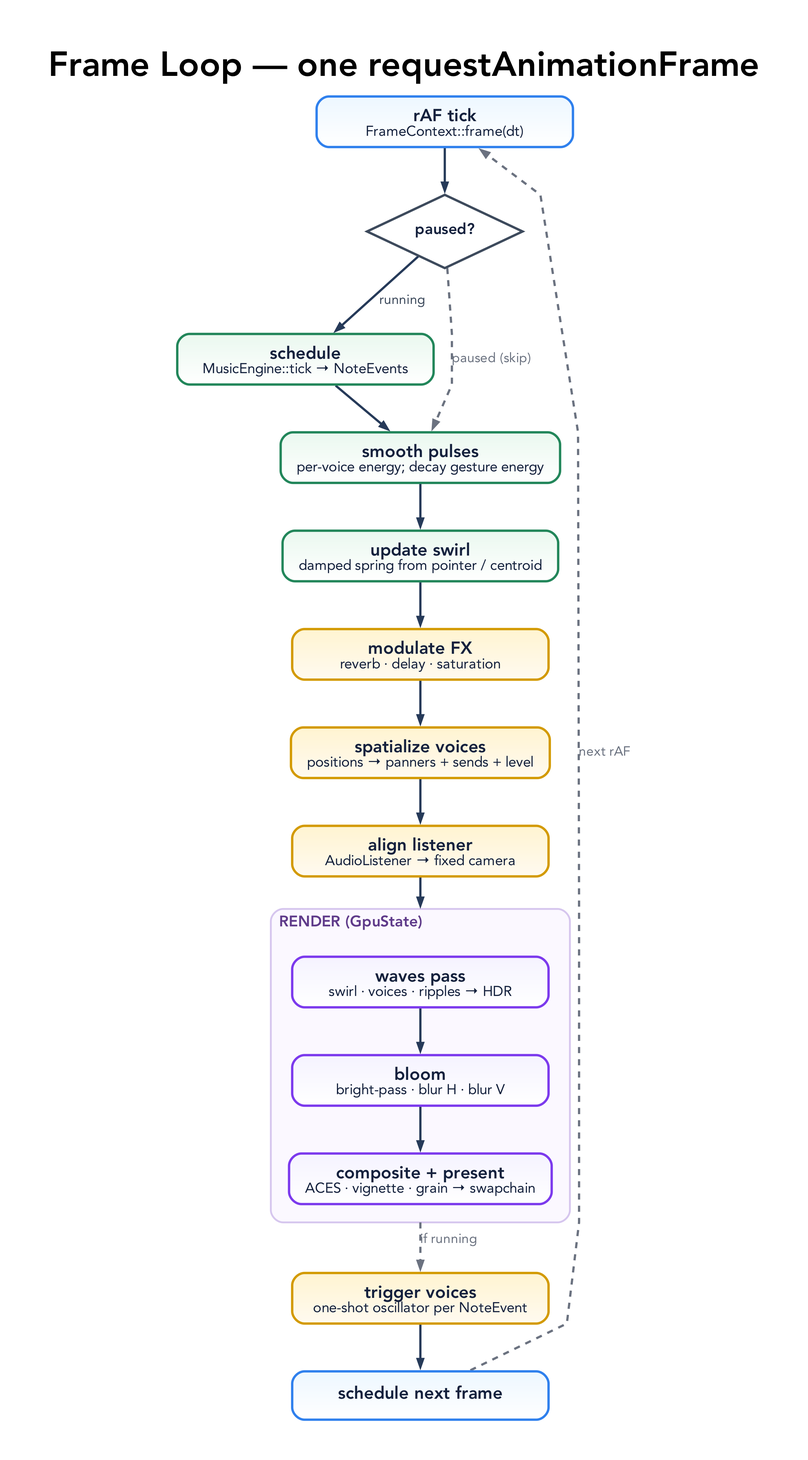
Before: docs/diagrams/frame-loop.png, a diagram exported from Graphviz (tre-systems/geno-2). Its source is kept beside it as docs/diagrams/frame-loop.dot. Source of this version:
```dot
digraph FrameLoop {
  graph [
    rankdir=TB,
    bgcolor="#ffffff",
    pad="0.55",
    nodesep="0.50",
    ranksep="0.62",
    splines=polyline,
    outputorder=edgesfirst,
    compound=true,
    newrank=true,
    forcelabels=true,
    fontname="Avenir",
    label=<
      <TABLE BORDER="0" CELLBORDER="0" CELLSPACING="0" CELLPADDING="0">
        <TR><TD><FONT POINT-SIZE="34"><B>Frame Loop — one requestAnimationFrame</B></FONT></TD></TR>
      </TABLE>
    >,
    labelloc=t,
    labeljust=c
  ];

  node [
    shape=box,
    style="rounded,filled",
    margin="0.22,0.13",
    width=3.5,
    height=0.66,
    fontname="Avenir",
    fontsize=17,
    penwidth=2.3,
    fontcolor="#14213d",
    color="#22865a",
    fillcolor="#eaf8ef:#ffffff",
    gradientangle=270
  ];

  edge [
    color="#263a59",
    fontname="Avenir",
    fontsize=13,
    fontcolor="#3d4a5c",
    penwidth=2.2,
    arrowsize=0.78
  ];

  START [label=<<B>rAF tick</B><BR/><FONT POINT-SIZE="14">FrameContext::frame(dt)</FONT>>, shape=box, fillcolor="#edf7ff:#ffffff", color="#2f80ed"];

  PAUSED [label=<<B>paused?</B>>, shape=diamond, style="filled", fillcolor="#ffffff", color="#3d4a5c", width=1.5, height=1.0, fontsize=15];

  TICK [label=<<B>schedule</B><BR/><FONT POINT-SIZE="14">MusicEngine::tick → NoteEvents</FONT>>];

  PULSE [label=<<B>smooth pulses</B><BR/><FONT POINT-SIZE="14">per-voice energy; decay gesture energy</FONT>>];
  SWIRL [label=<<B>update swirl</B><BR/><FONT POINT-SIZE="14">damped spring from pointer / centroid</FONT>>];
  FXMOD [label=<<B>modulate FX</B><BR/><FONT POINT-SIZE="14">reverb · delay · saturation</FONT>>, fillcolor="#fff4d1:#fffaf0", color="#d39a00"];
  SPAT [label=<<B>spatialize voices</B><BR/><FONT POINT-SIZE="14">positions → panners + sends + level</FONT>>, fillcolor="#fff4d1:#fffaf0", color="#d39a00"];
  LISTENER [label=<<B>align listener</B><BR/><FONT POINT-SIZE="14">AudioListener → fixed camera</FONT>>, fillcolor="#fff4d1:#fffaf0", color="#d39a00"];

  subgraph cluster_render {
    graph [
      label=<<FONT POINT-SIZE="15" COLOR="#5f3b8a"><B>RENDER (GpuState)</B></FONT>>,
      labelloc=t, labeljust=l,
      color="#d6c6ee", fillcolor="#fbf8ff", style="rounded,filled", penwidth=1.8, margin=18
    ];
    WAVES [label=<<B>waves pass</B><BR/><FONT POINT-SIZE="14">swirl · voices · ripples → HDR</FONT>>, fillcolor="#f5f3ff:#ffffff", color="#7c3aed"];
    BLOOM [label=<<B>bloom</B><BR/><FONT POINT-SIZE="14">bright-pass · blur H · blur V</FONT>>, fillcolor="#f5f3ff:#ffffff", color="#7c3aed"];
    COMPOSITE [label=<<B>composite + present</B><BR/><FONT POINT-SIZE="14">ACES · vignette · grain → swapchain</FONT>>, fillcolor="#f5f3ff:#ffffff", color="#7c3aed"];
    WAVES -> BLOOM -> COMPOSITE;
  }

  TRIGGER [label=<<B>trigger voices</B><BR/><FONT POINT-SIZE="14">one-shot oscillator per NoteEvent</FONT>>, fillcolor="#fff4d1:#fffaf0", color="#d39a00"];

  NEXT [label=<<B>schedule next frame</B>>, shape=box, fillcolor="#edf7ff:#ffffff", color="#2f80ed"];

  START -> PAUSED;
  PAUSED -> TICK [label="running"];
  PAUSED -> PULSE [label="paused (skip)", color="#6b7280", fontcolor="#6b7280", style=dashed];
  TICK -> PULSE;
  PULSE -> SWIRL -> FXMOD -> SPAT -> LISTENER;
  LISTENER -> WAVES [lhead=cluster_render];
  COMPOSITE -> TRIGGER [ltail=cluster_render, label="if running", color="#6b7280", fontcolor="#6b7280", style=dashed];
  TRIGGER -> NEXT;
  NEXT -> START [label="next rAF", constraint=false, color="#6b7280", fontcolor="#6b7280", style=dashed];
}
```
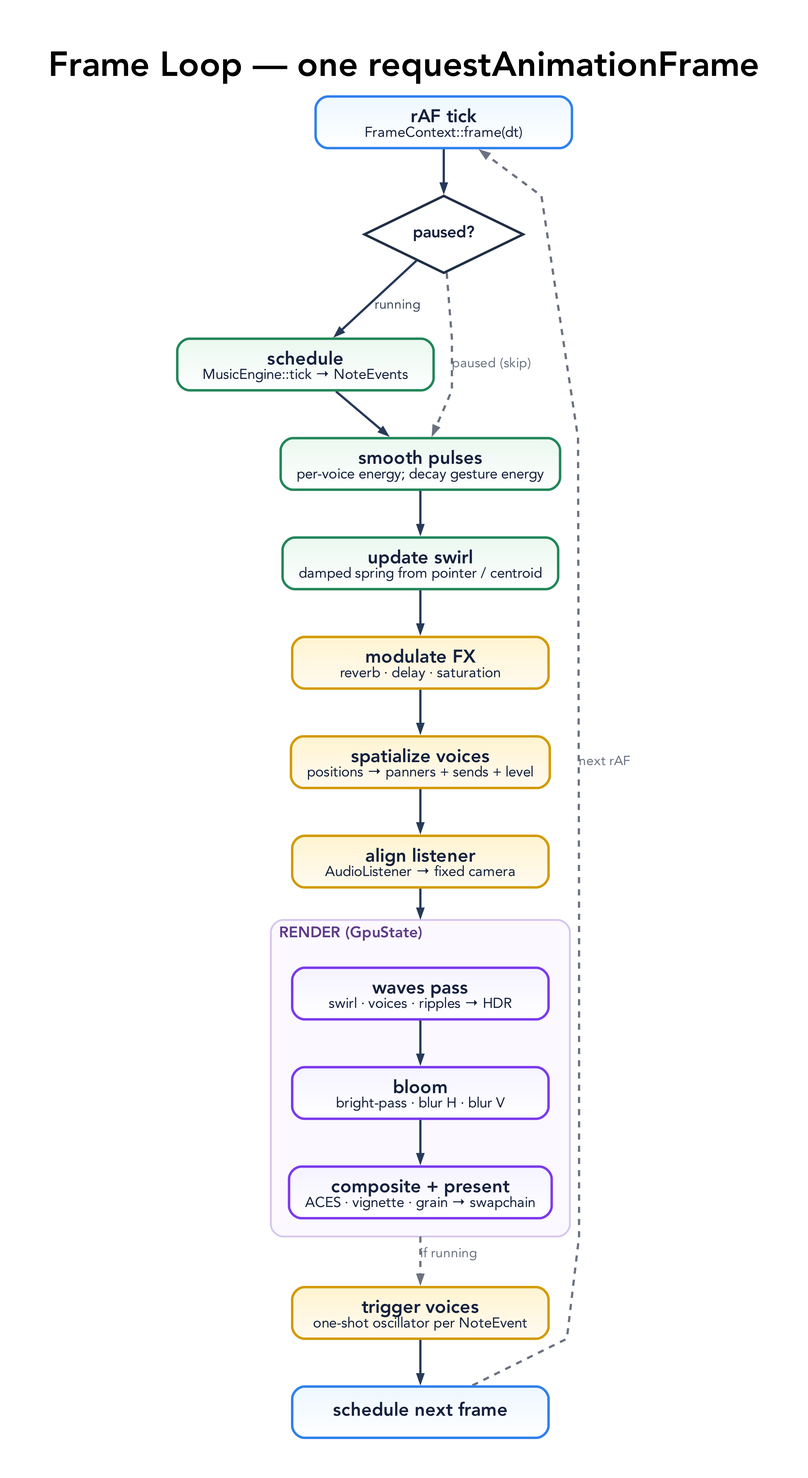
The same diagram one commit later.

Commit message:
Redesign audio-graph as a top-to-bottom flow; standardize diagram attrs

The edit, as a diff of the source:
```diff
@@ -25,10 +25,10 @@
     style="rounded,filled",
     margin="0.22,0.13",
     width=3.5,
-    height=0.66,
+    height=0.70,
     fontname="Avenir",
-    fontsize=17,
-    penwidth=2.3,
+    fontsize=18,
+    penwidth=2.4,
     fontcolor="#14213d",
     color="#22865a",
     fillcolor="#eaf8ef:#ffffff",
@@ -46,7 +46,7 @@
 
   START [label=<<B>rAF tick</B><BR/><FONT POINT-SIZE="14">FrameContext::frame(dt)</FONT>>, shape=box, fillcolor="#edf7ff:#ffffff", color="#2f80ed"];
 
-  PAUSED [label=<<B>paused?</B>>, shape=diamond, style="filled", fillcolor="#ffffff", color="#3d4a5c", width=1.5, height=1.0, fontsize=15];
+  PAUSED [label=<<B>paused?</B>>, shape=diamond, style=filled, fillcolor="#ffffff", color="#1f2f46", penwidth=2.4, width=1.6, height=1.05, fontsize=16];
 
   TICK [label=<<B>schedule</B><BR/><FONT POINT-SIZE="14">MusicEngine::tick → NoteEvents</FONT>>];
 
```
